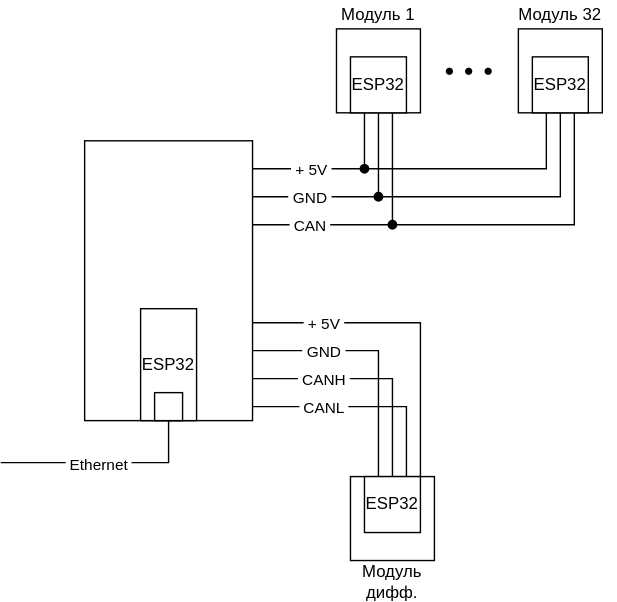
atitoff/CSH4 keeps this draw.io diagram as docs/esphome/segment.svg. Above is the earlier version. Source tidied: cells renumbered, new cells last; positions are measured from the earlier drawing's top-left corner, leaving out a move shared by most shapes. The source it was exported from:
```xml
<mxGraphModel>
  <root>
    <mxCell id="0" />
    <mxCell id="1" parent="0" />
    <mxCell id="2" style="rounded=0;whiteSpace=wrap;html=1;" parent="1" vertex="1">
      <mxGeometry x="60" y="100" width="120" height="200" as="geometry" />
    </mxCell>
    <mxCell id="3" value="ESP32" style="rounded=0;whiteSpace=wrap;html=1;" parent="1" vertex="1">
      <mxGeometry x="100" y="220" width="40" height="80" as="geometry" />
    </mxCell>
    <mxCell id="4" style="rounded=0;whiteSpace=wrap;html=1;" parent="1" vertex="1">
      <mxGeometry x="110" y="280" width="20" height="20" as="geometry" />
    </mxCell>
    <mxCell id="5" style="rounded=0;whiteSpace=wrap;html=1;align=right;" parent="1" vertex="1">
      <mxGeometry x="240" y="20" width="60" height="60" as="geometry" />
    </mxCell>
    <mxCell id="6" value="ESP32" style="rounded=0;whiteSpace=wrap;html=1;" parent="1" vertex="1">
      <mxGeometry x="250" y="40" width="40" height="40" as="geometry" />
    </mxCell>
    <mxCell id="7" style="endArrow=none;html=1;rounded=0;entryX=0.25;entryY=1;entryDx=0;entryDy=0;" parent="1" edge="1" target="6">
      <mxGeometry relative="1" as="geometry">
        <mxPoint x="180" y="120" as="sourcePoint" />
        <Array as="points">
          <mxPoint x="260" y="120" />
        </Array>
      </mxGeometry>
    </mxCell>
    <mxCell id="8" value="&amp;nbsp;+ 5V&amp;nbsp;" style="edgeLabel;html=1;align=center;verticalAlign=middle;" parent="7" vertex="1">
      <mxGeometry x="-0.32" relative="1" as="geometry" />
    </mxCell>
    <mxCell id="9" style="endArrow=none;html=1;rounded=0;entryX=0.5;entryY=1;entryDx=0;entryDy=0;" parent="1" edge="1" target="6">
      <mxGeometry relative="1" as="geometry">
        <mxPoint x="180" y="140" as="sourcePoint" />
        <Array as="points">
          <mxPoint x="270" y="140" />
        </Array>
      </mxGeometry>
    </mxCell>
    <mxCell id="10" value="&amp;nbsp;GND&amp;nbsp;" style="edgeLabel;html=1;align=center;verticalAlign=middle;" parent="9" vertex="1">
      <mxGeometry x="-0.32" relative="1" as="geometry">
        <mxPoint x="-11" as="offset" />
      </mxGeometry>
    </mxCell>
    <mxCell id="11" style="endArrow=none;html=1;rounded=0;entryX=0.75;entryY=1;entryDx=0;entryDy=0;" parent="1" edge="1" target="6">
      <mxGeometry relative="1" as="geometry">
        <mxPoint x="180" y="160" as="sourcePoint" />
        <Array as="points">
          <mxPoint x="280" y="160" />
        </Array>
      </mxGeometry>
    </mxCell>
    <mxCell id="12" value="&amp;nbsp;CAN&amp;nbsp;" style="edgeLabel;html=1;align=center;verticalAlign=middle;" parent="11" vertex="1">
      <mxGeometry x="-0.32" relative="1" as="geometry">
        <mxPoint x="-21" as="offset" />
      </mxGeometry>
    </mxCell>
    <mxCell id="13" value="Модуль 1" style="rounded=0;whiteSpace=wrap;html=1;fillColor=none;strokeColor=none;" parent="1" vertex="1">
      <mxGeometry x="240" width="60" height="20" as="geometry" />
    </mxCell>
    <mxCell id="14" style="rounded=0;whiteSpace=wrap;html=1;align=right;" parent="1" vertex="1">
      <mxGeometry x="370" y="20" width="60" height="60" as="geometry" />
    </mxCell>
    <mxCell id="15" value="ESP32" style="rounded=0;whiteSpace=wrap;html=1;" parent="1" vertex="1">
      <mxGeometry x="380" y="40" width="40" height="40" as="geometry" />
    </mxCell>
    <mxCell id="16" value="Модуль 32" style="rounded=0;whiteSpace=wrap;html=1;fillColor=none;strokeColor=none;" parent="1" vertex="1">
      <mxGeometry x="360" width="80" height="20" as="geometry" />
    </mxCell>
    <mxCell id="17" style="endArrow=none;html=1;rounded=0;startArrow=oval;startFill=1;entryX=0.25;entryY=1;entryDx=0;entryDy=0;" parent="1" edge="1" target="15">
      <mxGeometry relative="1" as="geometry">
        <mxPoint x="260" y="120" as="sourcePoint" />
        <Array as="points">
          <mxPoint x="390" y="120" />
        </Array>
      </mxGeometry>
    </mxCell>
    <mxCell id="18" style="endArrow=none;html=1;rounded=0;startArrow=oval;startFill=1;entryX=0.5;entryY=1;entryDx=0;entryDy=0;" parent="1" edge="1" target="15">
      <mxGeometry relative="1" as="geometry">
        <mxPoint x="270" y="140" as="sourcePoint" />
        <Array as="points">
          <mxPoint x="400" y="140" />
        </Array>
      </mxGeometry>
    </mxCell>
    <mxCell id="19" style="endArrow=none;html=1;rounded=0;startArrow=oval;startFill=1;entryX=0.75;entryY=1;entryDx=0;entryDy=0;" parent="1" edge="1" target="15">
      <mxGeometry relative="1" as="geometry">
        <mxPoint x="280" y="160" as="sourcePoint" />
        <Array as="points">
          <mxPoint x="410" y="160" />
        </Array>
      </mxGeometry>
    </mxCell>
    <mxCell id="20" value="●&amp;nbsp;&amp;nbsp;●&amp;nbsp;&amp;nbsp;●" style="text;html=1;strokeColor=none;fillColor=none;align=center;verticalAlign=middle;whiteSpace=wrap;rounded=0;" parent="1" vertex="1">
      <mxGeometry x="300" y="35" width="70" height="30" as="geometry" />
    </mxCell>
    <mxCell id="21" style="endArrow=none;html=1;rounded=0;entryX=0.5;entryY=1;entryDx=0;entryDy=0;" parent="1" edge="1" target="4">
      <mxGeometry relative="1" as="geometry">
        <mxPoint y="330" as="sourcePoint" />
        <Array as="points">
          <mxPoint x="120" y="330" />
        </Array>
      </mxGeometry>
    </mxCell>
    <mxCell id="22" value="&amp;nbsp;Ethernet&amp;nbsp;" style="edgeLabel;html=1;align=center;verticalAlign=middle;" parent="21" vertex="1">
      <mxGeometry x="-0.09" y="-1" relative="1" as="geometry" />
    </mxCell>
    <mxCell id="23" style="endArrow=none;html=1;rounded=0;entryX=1;entryY=0;entryDx=0;entryDy=0;" parent="1" edge="1" target="32">
      <mxGeometry relative="1" as="geometry">
        <mxPoint x="180" y="230" as="sourcePoint" />
        <Array as="points">
          <mxPoint x="300" y="230" />
        </Array>
      </mxGeometry>
    </mxCell>
    <mxCell id="24" value="&amp;nbsp;+ 5V&amp;nbsp;" style="edgeLabel;html=1;align=center;verticalAlign=middle;" parent="23" vertex="1">
      <mxGeometry x="-0.32" relative="1" as="geometry">
        <mxPoint x="-28" as="offset" />
      </mxGeometry>
    </mxCell>
    <mxCell id="25" style="endArrow=none;html=1;rounded=0;entryX=0.25;entryY=0;entryDx=0;entryDy=0;" parent="1" edge="1" target="32">
      <mxGeometry relative="1" as="geometry">
        <mxPoint x="180" y="250" as="sourcePoint" />
        <Array as="points">
          <mxPoint x="270" y="250" />
        </Array>
      </mxGeometry>
    </mxCell>
    <mxCell id="26" value="&amp;nbsp;GND&amp;nbsp;" style="edgeLabel;html=1;align=center;verticalAlign=middle;" parent="25" vertex="1">
      <mxGeometry x="-0.32" relative="1" as="geometry">
        <mxPoint x="-11" as="offset" />
      </mxGeometry>
    </mxCell>
    <mxCell id="27" style="endArrow=none;html=1;rounded=0;entryX=0.5;entryY=0;entryDx=0;entryDy=0;" parent="1" edge="1" target="32">
      <mxGeometry relative="1" as="geometry">
        <mxPoint x="180" y="270" as="sourcePoint" />
        <Array as="points">
          <mxPoint x="280" y="270" />
        </Array>
      </mxGeometry>
    </mxCell>
    <mxCell id="28" value="&amp;nbsp;CANH&amp;nbsp;" style="edgeLabel;html=1;align=center;verticalAlign=middle;" parent="27" vertex="1">
      <mxGeometry x="-0.32" relative="1" as="geometry">
        <mxPoint x="-8" as="offset" />
      </mxGeometry>
    </mxCell>
    <mxCell id="29" style="endArrow=none;html=1;rounded=0;entryX=0.75;entryY=0;entryDx=0;entryDy=0;" parent="1" edge="1" target="32">
      <mxGeometry relative="1" as="geometry">
        <mxPoint x="180" y="290" as="sourcePoint" />
        <Array as="points">
          <mxPoint x="290" y="290" />
        </Array>
      </mxGeometry>
    </mxCell>
    <mxCell id="30" value="&amp;nbsp;CANL&amp;nbsp;" style="edgeLabel;html=1;align=center;verticalAlign=middle;" parent="29" vertex="1">
      <mxGeometry x="-0.32" relative="1" as="geometry">
        <mxPoint x="-4" as="offset" />
      </mxGeometry>
    </mxCell>
    <mxCell id="31" style="rounded=0;whiteSpace=wrap;html=1;align=right;" parent="1" vertex="1">
      <mxGeometry x="250" y="340" width="60" height="60" as="geometry" />
    </mxCell>
    <mxCell id="32" value="ESP32" style="rounded=0;whiteSpace=wrap;html=1;" parent="1" vertex="1">
      <mxGeometry x="260" y="340" width="40" height="40" as="geometry" />
    </mxCell>
    <mxCell id="33" value="Модуль&lt;br&gt;дифф." style="rounded=0;whiteSpace=wrap;html=1;fillColor=none;strokeColor=none;" parent="1" vertex="1">
      <mxGeometry x="250" y="400" width="60" height="30" as="geometry" />
    </mxCell>
  </root>
</mxGraphModel>
```
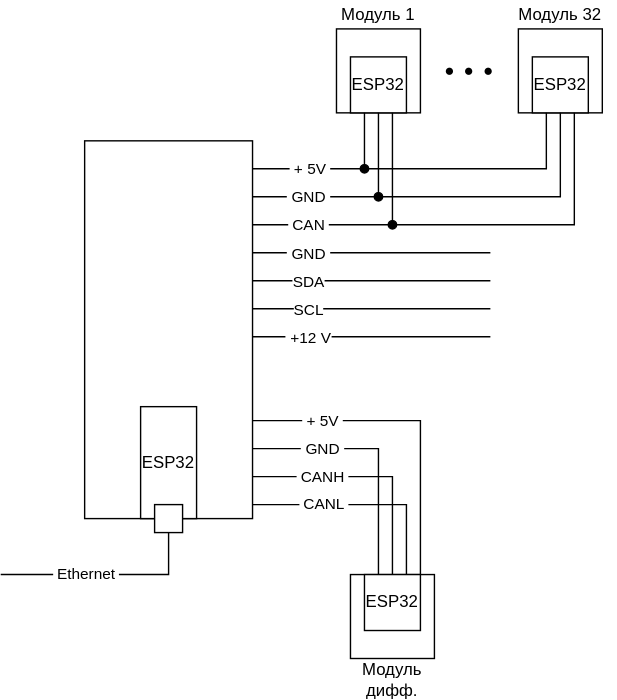
After the commit.

Change to the diagram source:
```diff
@@ -3,13 +3,13 @@
     <mxCell id="0" />
     <mxCell id="1" parent="0" />
     <mxCell id="2" style="rounded=0;whiteSpace=wrap;html=1;" parent="1" vertex="1">
-      <mxGeometry x="60" y="100" width="120" height="200" as="geometry" />
+      <mxGeometry x="60" y="100" width="120" height="270" as="geometry" />
     </mxCell>
     <mxCell id="3" value="ESP32" style="rounded=0;whiteSpace=wrap;html=1;" parent="1" vertex="1">
-      <mxGeometry x="100" y="220" width="40" height="80" as="geometry" />
+      <mxGeometry x="100" y="290" width="40" height="80" as="geometry" />
     </mxCell>
     <mxCell id="4" style="rounded=0;whiteSpace=wrap;html=1;" parent="1" vertex="1">
-      <mxGeometry x="110" y="280" width="20" height="20" as="geometry" />
+      <mxGeometry x="110" y="360" width="20" height="20" as="geometry" />
     </mxCell>
     <mxCell id="5" style="rounded=0;whiteSpace=wrap;html=1;align=right;" parent="1" vertex="1">
       <mxGeometry x="240" y="20" width="60" height="60" as="geometry" />
@@ -95,20 +95,23 @@
     </mxCell>
     <mxCell id="21" style="endArrow=none;html=1;rounded=0;entryX=0.5;entryY=1;entryDx=0;entryDy=0;" parent="1" edge="1" target="4">
       <mxGeometry relative="1" as="geometry">
-        <mxPoint y="330" as="sourcePoint" />
+        <mxPoint y="410" as="sourcePoint" />
         <Array as="points">
-          <mxPoint x="120" y="330" />
+          <mxPoint x="120" y="410" />
+          <mxPoint x="120" y="380" />
         </Array>
       </mxGeometry>
     </mxCell>
     <mxCell id="22" value="&amp;nbsp;Ethernet&amp;nbsp;" style="edgeLabel;html=1;align=center;verticalAlign=middle;" parent="21" vertex="1">
-      <mxGeometry x="-0.09" y="-1" relative="1" as="geometry" />
+      <mxGeometry x="-0.09" y="-1" relative="1" as="geometry">
+        <mxPoint x="-8" y="-1" as="offset" />
+      </mxGeometry>
     </mxCell>
     <mxCell id="23" style="endArrow=none;html=1;rounded=0;entryX=1;entryY=0;entryDx=0;entryDy=0;" parent="1" edge="1" target="32">
       <mxGeometry relative="1" as="geometry">
-        <mxPoint x="180" y="230" as="sourcePoint" />
+        <mxPoint x="180" y="300" as="sourcePoint" />
         <Array as="points">
-          <mxPoint x="300" y="230" />
+          <mxPoint x="300" y="300" />
         </Array>
       </mxGeometry>
     </mxCell>
@@ -119,9 +122,9 @@
     </mxCell>
     <mxCell id="25" style="endArrow=none;html=1;rounded=0;entryX=0.25;entryY=0;entryDx=0;entryDy=0;" parent="1" edge="1" target="32">
       <mxGeometry relative="1" as="geometry">
-        <mxPoint x="180" y="250" as="sourcePoint" />
+        <mxPoint x="180" y="320" as="sourcePoint" />
         <Array as="points">
-          <mxPoint x="270" y="250" />
+          <mxPoint x="270" y="320" />
         </Array>
       </mxGeometry>
     </mxCell>
@@ -132,9 +135,9 @@
     </mxCell>
     <mxCell id="27" style="endArrow=none;html=1;rounded=0;entryX=0.5;entryY=0;entryDx=0;entryDy=0;" parent="1" edge="1" target="32">
       <mxGeometry relative="1" as="geometry">
-        <mxPoint x="180" y="270" as="sourcePoint" />
+        <mxPoint x="180" y="340" as="sourcePoint" />
         <Array as="points">
-          <mxPoint x="280" y="270" />
+          <mxPoint x="280" y="340" />
         </Array>
       </mxGeometry>
     </mxCell>
@@ -145,9 +148,9 @@
     </mxCell>
     <mxCell id="29" style="endArrow=none;html=1;rounded=0;entryX=0.75;entryY=0;entryDx=0;entryDy=0;" parent="1" edge="1" target="32">
       <mxGeometry relative="1" as="geometry">
-        <mxPoint x="180" y="290" as="sourcePoint" />
+        <mxPoint x="180" y="360" as="sourcePoint" />
         <Array as="points">
-          <mxPoint x="290" y="290" />
+          <mxPoint x="290" y="360" />
         </Array>
       </mxGeometry>
     </mxCell>
@@ -157,13 +160,57 @@
       </mxGeometry>
     </mxCell>
     <mxCell id="31" style="rounded=0;whiteSpace=wrap;html=1;align=right;" parent="1" vertex="1">
-      <mxGeometry x="250" y="340" width="60" height="60" as="geometry" />
+      <mxGeometry x="250" y="410" width="60" height="60" as="geometry" />
     </mxCell>
     <mxCell id="32" value="ESP32" style="rounded=0;whiteSpace=wrap;html=1;" parent="1" vertex="1">
-      <mxGeometry x="260" y="340" width="40" height="40" as="geometry" />
+      <mxGeometry x="260" y="410" width="40" height="40" as="geometry" />
     </mxCell>
     <mxCell id="33" value="Модуль&lt;br&gt;дифф." style="rounded=0;whiteSpace=wrap;html=1;fillColor=none;strokeColor=none;" parent="1" vertex="1">
-      <mxGeometry x="250" y="400" width="60" height="30" as="geometry" />
+      <mxGeometry x="250" y="470" width="60" height="30" as="geometry" />
     </mxCell>
+    <mxCell id="34" style="endArrow=none;html=1;rounded=0;" parent="1" edge="1">
+      <mxGeometry relative="1" as="geometry">
+        <mxPoint x="180" y="180" as="sourcePoint" />
+        <mxPoint x="350" y="180" as="targetPoint" />
+      </mxGeometry>
+    </mxCell>
+    <mxCell id="35" value="&amp;nbsp;GND&amp;nbsp;" style="edgeLabel;html=1;align=center;verticalAlign=middle;" parent="34" vertex="1">
+      <mxGeometry x="-0.44" y="-1" relative="1" as="geometry">
+        <mxPoint x="-8" as="offset" />
+      </mxGeometry>
+    </mxCell>
+    <mxCell id="36" style="endArrow=none;html=1;rounded=0;" parent="1" edge="1">
+      <mxGeometry relative="1" as="geometry">
+        <mxPoint x="180" y="200" as="sourcePoint" />
+        <mxPoint x="350" y="200" as="targetPoint" />
+      </mxGeometry>
+    </mxCell>
+    <mxCell id="37" value="SDA" style="edgeLabel;html=1;align=center;verticalAlign=middle;" parent="36" vertex="1">
+      <mxGeometry x="-0.44" y="-1" relative="1" as="geometry">
+        <mxPoint x="-8" as="offset" />
+      </mxGeometry>
+    </mxCell>
+    <mxCell id="38" style="endArrow=none;html=1;rounded=0;" parent="1" edge="1">
+      <mxGeometry relative="1" as="geometry">
+        <mxPoint x="180" y="220" as="sourcePoint" />
+        <mxPoint x="350" y="220" as="targetPoint" />
+      </mxGeometry>
+    </mxCell>
+    <mxCell id="39" value="SCL" style="edgeLabel;html=1;align=center;verticalAlign=middle;" parent="38" vertex="1">
+      <mxGeometry x="-0.44" y="-1" relative="1" as="geometry">
+        <mxPoint x="-8" as="offset" />
+      </mxGeometry>
+    </mxCell>
+    <mxCell id="40" style="endArrow=none;html=1;rounded=0;" parent="1" edge="1">
+      <mxGeometry relative="1" as="geometry">
+        <mxPoint x="180" y="240" as="sourcePoint" />
+        <mxPoint x="350" y="240" as="targetPoint" />
+      </mxGeometry>
+    </mxCell>
+    <mxCell id="41" value="&amp;nbsp;+12 V" style="edgeLabel;html=1;align=center;verticalAlign=middle;" parent="40" vertex="1">
+      <mxGeometry x="-0.44" y="-1" relative="1" as="geometry">
+        <mxPoint x="-8" as="offset" />
+      </mxGeometry>
+    </mxCell>
   </root>
 </mxGraphModel>
```
